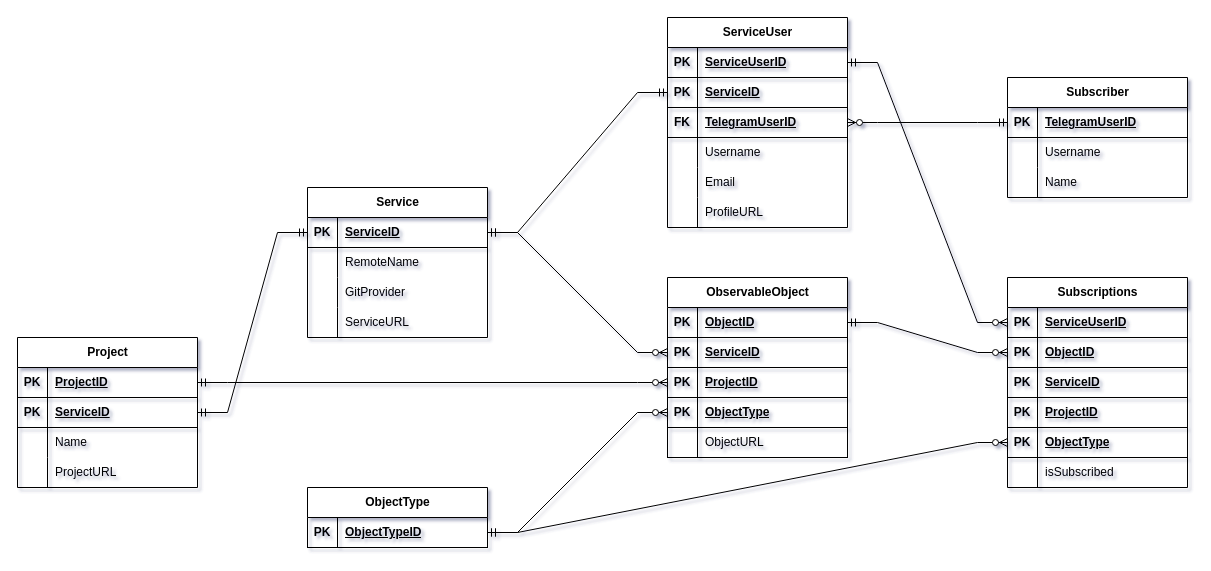
Above: artifacts/ER-diagram.drawio in mosoveru/blamebot (draw.io), before the change. Source tidied: cells renumbered, new cells numbered last; positions are measured from the earlier drawing's top-left corner, leaving out a move shared by most shapes. Both pictures are drawn from the tidied source at 100%, with x=0, y=0 at pixel (17, 17).
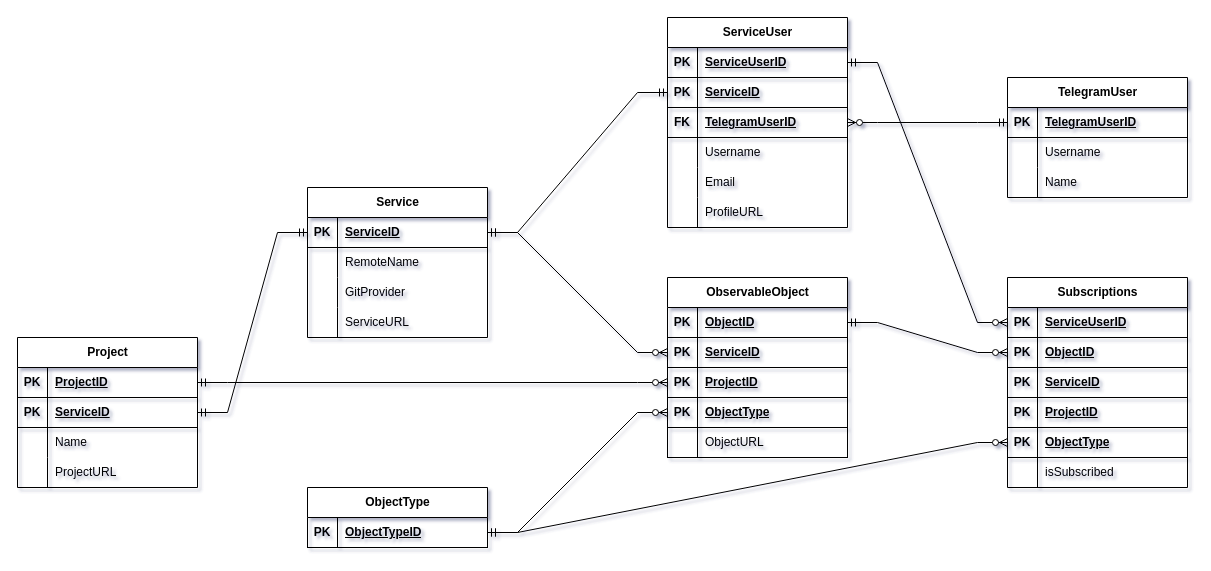
After the change.

Commit message (it also covers changes not shown here):
chore: change table name in ER diagram

Also updated migration to fit the new ER schema.

What changed in the source:
```diff
@@
-    <mxCell id="15" value="Subscriber" style="shape=table;startSize=30;childLayout=tableLayout;rowLines=0;fontStyle=1;align=center;html=1;" parent="1" vertex="1">
+    <mxCell id="15" value="TelegramUser" style="shape=table;startSize=30;childLayout=tableLayout;rowLines=0;fontStyle=1;align=center;html=1;" parent="1" vertex="1">
       <mxGeometry x="990" y="60" width="180" height="120" as="geometry" />
     </mxCell>
```
